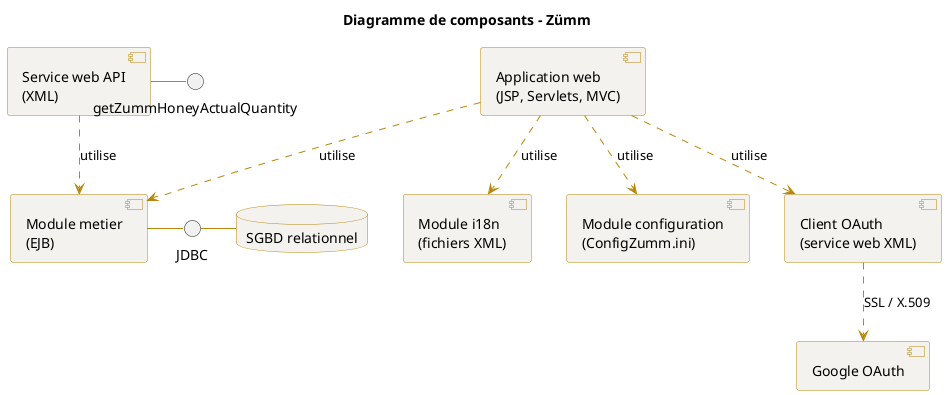
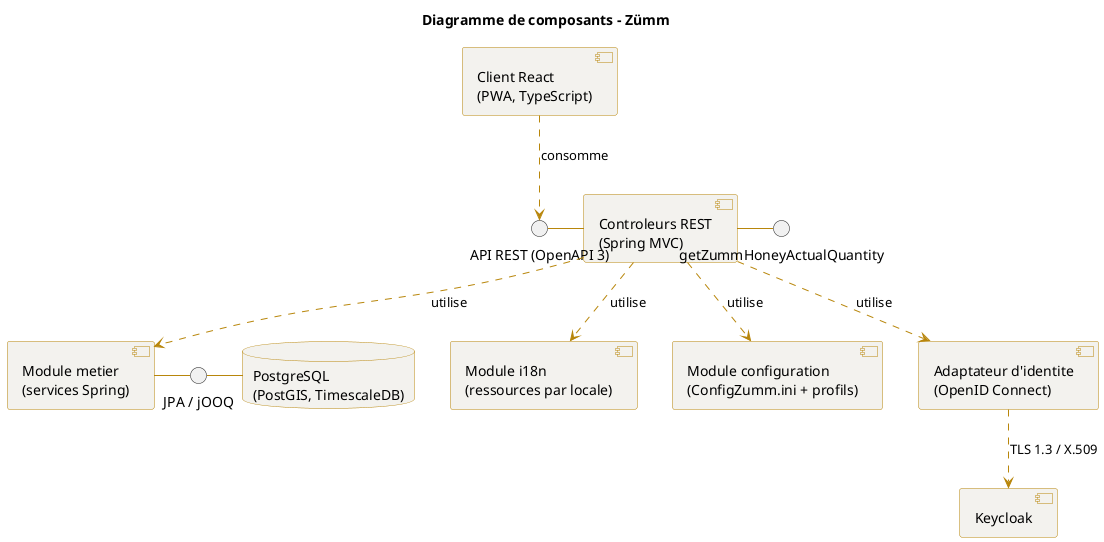
@startuml diagramme_composant
' Diagramme de composants - Zümm
skinparam shadowing false
skinparam componentStyle uml2
skinparam component {
  BackgroundColor #F3F2EE
  BorderColor #B8860B
  ArrowColor #B8860B
}
skinparam database {
  BackgroundColor #F3F2EE
  BorderColor #B8860B
}
title Diagramme de composants - Zümm

- component "Application web\n(JSP, Servlets, MVC)" as Web
- component "Module metier\n(EJB)" as Metier
- component "Module i18n\n(fichiers XML)" as I18n
- component "Module configuration\n(ConfigZumm.ini)" as Config
- component "Client OAuth\n(service web XML)" as OAuthC
- component "Service web API\n(XML)" as API
- database "SGBD relationnel" as DB
+ component "Client React\n(PWA, TypeScript)" as Web
+ component "Controleurs REST\n(Spring MVC)" as Ctrl
+ component "Module metier\n(services Spring)" as Metier
+ component "Module i18n\n(ressources par locale)" as I18n
+ component "Module configuration\n(ConfigZumm.ini + profils)" as Config
+ component "Adaptateur d'identite\n(OpenID Connect)" as OAuthC
+ database "PostgreSQL\n(PostGIS, TimescaleDB)" as DB

interface "getZummHoneyActualQuantity" as IHoney
- interface "JDBC" as IJdbc
+ interface "JPA / jOOQ" as IJpa
+ interface "API REST (OpenAPI 3)" as IRest

- Web ..> Metier : utilise
- Web ..> I18n : utilise
- Web ..> Config : utilise
- Web ..> OAuthC : utilise
- API ..> Metier : utilise
- Metier - IJdbc
- IJdbc - DB
- API - IHoney
+ Web ..> IRest : consomme
+ IRest - Ctrl
+ Ctrl ..> Metier : utilise
+ Ctrl ..> I18n : utilise
+ Ctrl ..> Config : utilise
+ Ctrl ..> OAuthC : utilise
+ Metier - IJpa
+ IJpa - DB
+ Ctrl - IHoney

- OAuthC ..> [Google OAuth] : SSL / X.509
+ OAuthC ..> [Keycloak] : TLS 1.3 / X.509

@enduml
